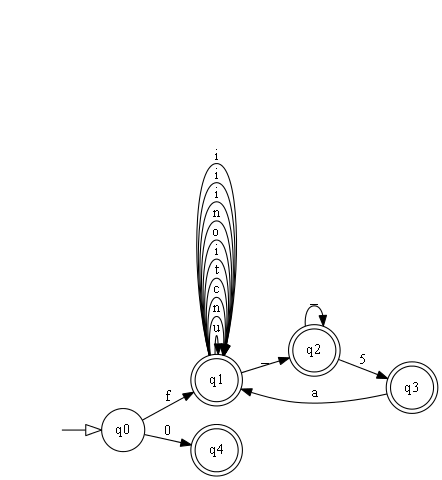
This is x.gv.png from cgomez29/OLC1_Proyecto1_-201801480, a Graphviz export, as it was before one commit. Its source is kept beside it as x.gv.
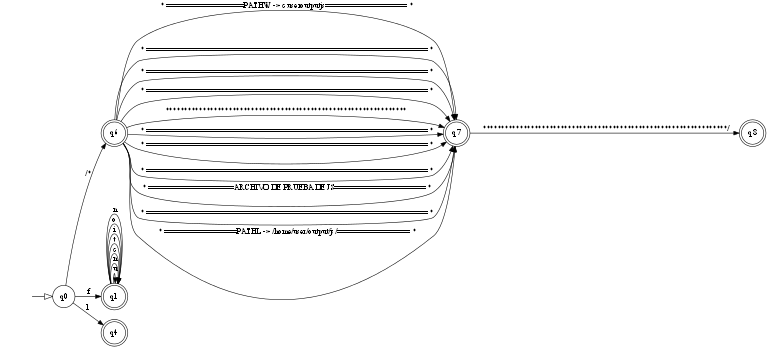
Above is the later version.

Change to the diagram source:
```diff
@@ -3,6 +3,19 @@
 	node [shape=circle]
 	q0
 	node [shape=doublecircle]
+	q6
+	q7
+	q7
+	q7
+	q7
+	q7
+	q7
+	q7
+	q7
+	q7
+	q7
+	q7
+	q8
 	q1
 	q1
 	q1
@@ -11,16 +24,22 @@
 	q1
 	q1
 	q1
-	q2
-	q2
-	q3
-	q1
-	q1
-	q1
-	q1
 	q4
+	q0 -> q6 [label="/*"]
 	q0 -> q1 [label=f]
-	q0 -> q4 [label=0]
+	q0 -> q4 [label=1]
+	q6 -> q7 [label="*****************************************************************"]
+	q6 -> q7 [label=" * ============================================================== *"]
+	q6 -> q7 [label=" * ============================================================== *"]
+	q6 -> q7 [label=" * ============================================================== *"]
+	q6 -> q7 [label=" * ===================ARCHIVO DE PRUEBA DE JS==================== *"]
+	q6 -> q7 [label=" * ============================================================== *"]
+	q6 -> q7 [label=" * ================PATHL -> /home/user/output/js/================ *"]
+	q6 -> q7 [label=" * =================PATHW -> c:\user\output\js\================== *"]
+	q6 -> q7 [label=" * ============================================================== *"]
+	q6 -> q7 [label=" * ============================================================== *"]
+	q6 -> q7 [label=" * ============================================================== *"]
+	q7 -> q8 [label=" ******************************************************************/"]
 	q1 -> q1 [label=u]
 	q1 -> q1 [label=n]
 	q1 -> q1 [label=c]
@@ -28,13 +47,6 @@
 	q1 -> q1 [label=i]
 	q1 -> q1 [label=o]
 	q1 -> q1 [label=n]
-	q1 -> q2 [label=_]
-	q1 -> q1 [label=i]
-	q1 -> q1 [label=i]
-	q1 -> q1 [label=i]
-	q2 -> q2 [label=_]
-	q2 -> q3 [label=5]
-	q3 -> q1 [label=a]
 	node [shape=none]
 	edge [arrowhead=empty arrowsize=1.5]
 	"" -> q0
```
